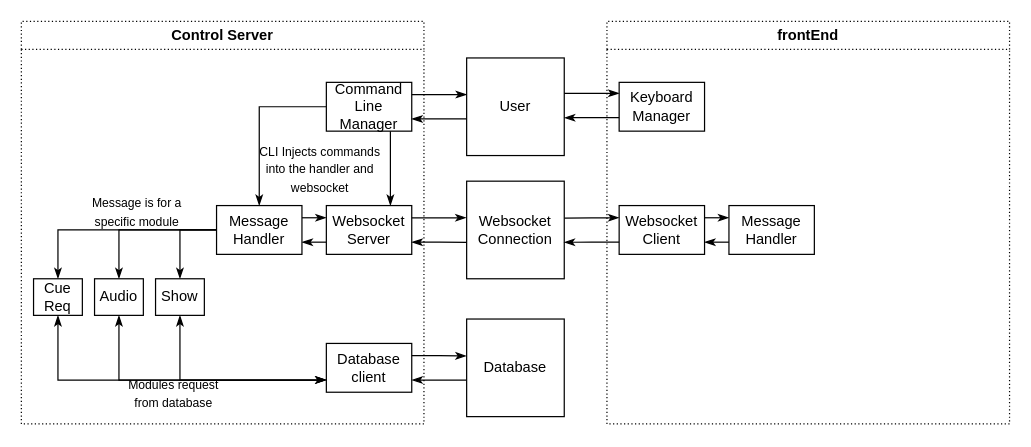
Above: page "DFD Lvl 2" (8 of 9) of Docs/db.drawio in User5029/NEA (draw.io), before the change. Source tidied: cells renumbered, new cells numbered last; positions are measured from the earlier drawing's top-left corner, leaving out a move shared by most shapes. Both pictures are drawn from the tidied source at 122%, with x=0, y=0 at pixel (21, 21).
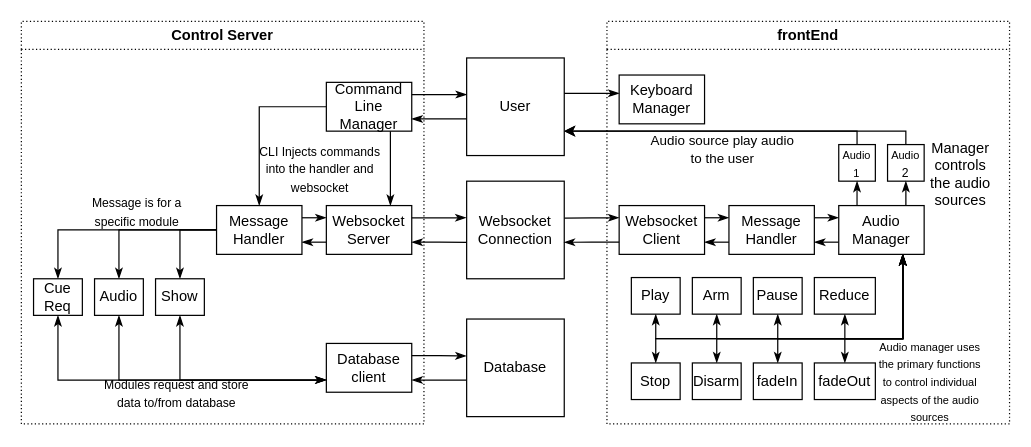
Above is the later version.

The change refers to these unchanged cells:
```xml
<mxCell id="2" value="Control Server" style="swimlane;whiteSpace=wrap;html=1;dashed=1;dashPattern=1 2;" parent="1" vertex="1">
  <mxGeometry width="330" height="330" as="geometry" />
</mxCell>
<mxCell id="23" value="frontEnd" style="swimlane;whiteSpace=wrap;html=1;dashed=1;dashPattern=1 2;" parent="1" vertex="1">
  <mxGeometry x="480" width="330" height="330" as="geometry" />
</mxCell>
<mxCell id="27" value="Message Handler" style="rounded=0;whiteSpace=wrap;html=1;" parent="23" vertex="1">
  <mxGeometry x="100" y="151" width="70" height="40" as="geometry" />
</mxCell>
<mxCell id="37" value="User" style="whiteSpace=wrap;html=1;" parent="1" vertex="1">
  <mxGeometry x="365" y="30" width="80" height="80" as="geometry" />
</mxCell>
```

Change to the diagram source:
```diff
@@
-    <mxCell id="16" value="&lt;font size=&quot;1&quot;&gt;Modules request from database&lt;/font&gt;" style="text;html=1;align=center;verticalAlign=middle;whiteSpace=wrap;rounded=0;" parent="2" vertex="1">
-      <mxGeometry x="80" y="290" width="90" height="30" as="geometry" />
+    <mxCell id="16" value="&lt;font size=&quot;1&quot;&gt;Modules request and store data to/from database&lt;/font&gt;" style="text;html=1;align=center;verticalAlign=middle;whiteSpace=wrap;rounded=0;" parent="2" vertex="1">
+      <mxGeometry x="65" y="290" width="125" height="30" as="geometry" />
     </mxCell>
@@
+    <mxCell id="42" style="edgeStyle=orthogonalEdgeStyle;rounded=0;jettySize=auto;html=1;exitX=1;exitY=0.25;exitDx=0;exitDy=0;entryX=0;entryY=0.25;entryDx=0;entryDy=0;endArrow=classicThin;endFill=1;" parent="23" edge="1" source="27" target="52">
+      <mxGeometry relative="1" as="geometry" />
+    </mxCell>
@@
     <mxCell id="28" value="Keyboard Manager" style="rounded=0;whiteSpace=wrap;html=1;" parent="23" vertex="1">
-      <mxGeometry x="10" y="50" width="70" height="40" as="geometry" />
+      <mxGeometry x="10" y="44" width="70" height="40" as="geometry" />
     </mxCell>
+    <mxCell id="43" style="edgeStyle=orthogonalEdgeStyle;rounded=0;jettySize=auto;html=1;exitX=0;exitY=0.75;exitDx=0;exitDy=0;entryX=1;entryY=0.75;entryDx=0;entryDy=0;endArrow=classicThin;endFill=1;" parent="23" edge="1" source="52" target="27">
+      <mxGeometry relative="1" as="geometry" />
+    </mxCell>
+    <mxCell id="44" style="edgeStyle=orthogonalEdgeStyle;rounded=0;jettySize=auto;html=1;exitX=0.75;exitY=1;exitDx=0;exitDy=0;entryX=0.5;entryY=1;entryDx=0;entryDy=0;endArrow=classicThin;endFill=1;startArrow=classicThin;startFill=1;" parent="23" edge="1" source="52" target="59">
+      <mxGeometry relative="1" as="geometry" />
+    </mxCell>
+    <mxCell id="45" style="edgeStyle=orthogonalEdgeStyle;rounded=0;jettySize=auto;html=1;exitX=0.75;exitY=1;exitDx=0;exitDy=0;entryX=0.5;entryY=1;entryDx=0;entryDy=0;endArrow=classicThin;endFill=1;startArrow=classicThin;startFill=1;" parent="23" edge="1" source="52" target="60">
+      <mxGeometry relative="1" as="geometry" />
+    </mxCell>
+    <mxCell id="46" style="edgeStyle=orthogonalEdgeStyle;rounded=0;jettySize=auto;html=1;exitX=0.75;exitY=1;exitDx=0;exitDy=0;entryX=0.5;entryY=1;entryDx=0;entryDy=0;endArrow=classicThin;endFill=1;startArrow=classicThin;startFill=1;" parent="23" edge="1" source="52" target="61">
+      <mxGeometry relative="1" as="geometry" />
+    </mxCell>
+    <mxCell id="47" style="edgeStyle=orthogonalEdgeStyle;rounded=0;jettySize=auto;html=1;exitX=0.75;exitY=1;exitDx=0;exitDy=0;entryX=0.5;entryY=1;entryDx=0;entryDy=0;endArrow=classicThin;endFill=1;startArrow=classicThin;startFill=1;" parent="23" edge="1" source="52" target="65">
+      <mxGeometry relative="1" as="geometry" />
+    </mxCell>
+    <mxCell id="48" style="edgeStyle=orthogonalEdgeStyle;rounded=0;jettySize=auto;html=1;exitX=0.75;exitY=1;exitDx=0;exitDy=0;entryX=0.5;entryY=0;entryDx=0;entryDy=0;endArrow=classicThin;endFill=1;startArrow=classicThin;startFill=1;" parent="23" edge="1" source="52" target="66">
+      <mxGeometry relative="1" as="geometry">
+        <Array as="points">
+          <mxPoint x="243" y="260" />
+          <mxPoint x="195" y="260" />
+        </Array>
+      </mxGeometry>
+    </mxCell>
+    <mxCell id="49" style="edgeStyle=orthogonalEdgeStyle;rounded=0;jettySize=auto;html=1;exitX=0.75;exitY=1;exitDx=0;exitDy=0;entryX=0.5;entryY=0;entryDx=0;entryDy=0;endArrow=classicThin;endFill=1;startArrow=classicThin;startFill=1;" parent="23" edge="1" source="52" target="64">
+      <mxGeometry relative="1" as="geometry">
+        <Array as="points">
+          <mxPoint x="243" y="260" />
+          <mxPoint x="140" y="260" />
+        </Array>
+      </mxGeometry>
+    </mxCell>
+    <mxCell id="50" style="edgeStyle=orthogonalEdgeStyle;rounded=0;jettySize=auto;html=1;exitX=0.75;exitY=1;exitDx=0;exitDy=0;entryX=0.5;entryY=0;entryDx=0;entryDy=0;endArrow=classicThin;endFill=1;startArrow=classicThin;startFill=1;" parent="23" edge="1" source="52" target="63">
+      <mxGeometry relative="1" as="geometry">
+        <Array as="points">
+          <mxPoint x="243" y="260" />
+          <mxPoint x="90" y="260" />
+        </Array>
+      </mxGeometry>
+    </mxCell>
+    <mxCell id="51" style="edgeStyle=orthogonalEdgeStyle;rounded=0;jettySize=auto;html=1;exitX=0.75;exitY=1;exitDx=0;exitDy=0;entryX=0.5;entryY=0;entryDx=0;entryDy=0;endArrow=classicThin;endFill=1;startArrow=classicThin;startFill=1;" parent="23" edge="1" source="52" target="62">
+      <mxGeometry relative="1" as="geometry">
+        <Array as="points">
+          <mxPoint x="243" y="260" />
+          <mxPoint x="40" y="260" />
+        </Array>
+      </mxGeometry>
+    </mxCell>
+    <mxCell id="52" value="Audio Manager" style="rounded=0;whiteSpace=wrap;html=1;" parent="23" vertex="1">
+      <mxGeometry x="190" y="151" width="70" height="40" as="geometry" />
+    </mxCell>
+    <mxCell id="53" value="&lt;font style=&quot;font-size: 9px;&quot;&gt;Audio&lt;/font&gt;&lt;div&gt;&lt;font style=&quot;font-size: 9px;&quot;&gt;1&lt;/font&gt;&lt;/div&gt;" style="whiteSpace=wrap;html=1;" parent="23" vertex="1">
+      <mxGeometry x="190" y="101" width="30" height="30" as="geometry" />
+    </mxCell>
+    <mxCell id="54" value="&lt;font style=&quot;font-size: 9px;&quot;&gt;Audio&lt;/font&gt;&lt;div&gt;&lt;font size=&quot;1&quot;&gt;2&lt;/font&gt;&lt;/div&gt;" style="whiteSpace=wrap;html=1;" parent="23" vertex="1">
+      <mxGeometry x="230" y="101" width="30" height="30" as="geometry" />
+    </mxCell>
+    <mxCell id="55" style="edgeStyle=orthogonalEdgeStyle;rounded=0;jettySize=auto;html=1;exitX=0.5;exitY=1;exitDx=0;exitDy=0;entryX=0.214;entryY=-0.01;entryDx=0;entryDy=0;entryPerimeter=0;startArrow=classicThin;startFill=1;endArrow=none;" parent="23" edge="1" source="53" target="52">
+      <mxGeometry relative="1" as="geometry" />
+    </mxCell>
+    <mxCell id="56" style="edgeStyle=orthogonalEdgeStyle;rounded=0;jettySize=auto;html=1;exitX=0.5;exitY=1;exitDx=0;exitDy=0;entryX=0.786;entryY=0;entryDx=0;entryDy=0;entryPerimeter=0;startArrow=classicThin;startFill=1;endArrow=none;" parent="23" edge="1" source="54" target="52">
+      <mxGeometry relative="1" as="geometry" />
+    </mxCell>
+    <mxCell id="57" value="Manager controls the audio sources" style="text;html=1;align=center;verticalAlign=middle;whiteSpace=wrap;rounded=0;" parent="23" vertex="1">
+      <mxGeometry x="260" y="110" width="60" height="30" as="geometry" />
+    </mxCell>
+    <mxCell id="58" value="&lt;font style=&quot;font-size: 11px;&quot;&gt;Audio source play audio to the user&lt;/font&gt;" style="text;html=1;align=center;verticalAlign=middle;whiteSpace=wrap;rounded=0;" parent="23" vertex="1">
+      <mxGeometry x="30" y="90" width="130" height="30" as="geometry" />
+    </mxCell>
+    <mxCell id="59" value="Play" style="rounded=0;whiteSpace=wrap;html=1;" parent="23" vertex="1">
+      <mxGeometry x="20" y="210" width="40" height="30" as="geometry" />
+    </mxCell>
+    <mxCell id="60" value="Arm" style="rounded=0;whiteSpace=wrap;html=1;" parent="23" vertex="1">
+      <mxGeometry x="70" y="210" width="40" height="30" as="geometry" />
+    </mxCell>
+    <mxCell id="61" value="Pause" style="rounded=0;whiteSpace=wrap;html=1;" parent="23" vertex="1">
+      <mxGeometry x="120" y="210" width="40" height="30" as="geometry" />
+    </mxCell>
+    <mxCell id="62" value="Stop" style="rounded=0;whiteSpace=wrap;html=1;" parent="23" vertex="1">
+      <mxGeometry x="20" y="280" width="40" height="30" as="geometry" />
+    </mxCell>
+    <mxCell id="63" value="Disarm" style="rounded=0;whiteSpace=wrap;html=1;" parent="23" vertex="1">
+      <mxGeometry x="70" y="280" width="40" height="30" as="geometry" />
+    </mxCell>
+    <mxCell id="64" value="fadeIn" style="rounded=0;whiteSpace=wrap;html=1;" parent="23" vertex="1">
+      <mxGeometry x="120" y="280" width="40" height="30" as="geometry" />
+    </mxCell>
+    <mxCell id="65" value="Reduce" style="rounded=0;whiteSpace=wrap;html=1;" parent="23" vertex="1">
+      <mxGeometry x="170" y="210" width="50" height="30" as="geometry" />
+    </mxCell>
+    <mxCell id="66" value="fadeOut" style="rounded=0;whiteSpace=wrap;html=1;" parent="23" vertex="1">
+      <mxGeometry x="170" y="280" width="50" height="30" as="geometry" />
+    </mxCell>
+    <mxCell id="67" value="&lt;font style=&quot;font-size: 9px;&quot;&gt;Audio manager uses the primary functions to control individual aspects of the audio sources&lt;/font&gt;" style="text;html=1;align=center;verticalAlign=middle;whiteSpace=wrap;rounded=0;" parent="23" vertex="1">
+      <mxGeometry x="220" y="280" width="90" height="30" as="geometry" />
+    </mxCell>
@@
-    <mxCell id="40" style="edgeStyle=orthogonalEdgeStyle;rounded=0;orthogonalLoop=1;jettySize=auto;html=1;exitX=0;exitY=0.75;exitDx=0;exitDy=0;entryX=0.998;entryY=0.626;entryDx=0;entryDy=0;entryPerimeter=0;endArrow=classicThin;endFill=1;" parent="1" edge="1">
-      <mxGeometry relative="1" as="geometry">
-        <mxPoint x="490" y="79" as="sourcePoint" />
-        <mxPoint x="445" y="79" as="targetPoint" />
-      </mxGeometry>
-    </mxCell>
@@
+    <mxCell id="68" style="edgeStyle=orthogonalEdgeStyle;rounded=0;jettySize=auto;html=1;exitX=0.5;exitY=0;exitDx=0;exitDy=0;entryX=1;entryY=0.75;entryDx=0;entryDy=0;" parent="1" edge="1" source="53" target="37">
+      <mxGeometry relative="1" as="geometry">
+        <Array as="points">
+          <mxPoint x="685" y="90" />
+        </Array>
+      </mxGeometry>
+    </mxCell>
+    <mxCell id="69" style="edgeStyle=orthogonalEdgeStyle;rounded=0;jettySize=auto;html=1;exitX=0.5;exitY=0;exitDx=0;exitDy=0;entryX=1;entryY=0.75;entryDx=0;entryDy=0;" parent="1" edge="1" source="54" target="37">
+      <mxGeometry relative="1" as="geometry">
+        <Array as="points">
+          <mxPoint x="725" y="90" />
+        </Array>
+      </mxGeometry>
+    </mxCell>
```
